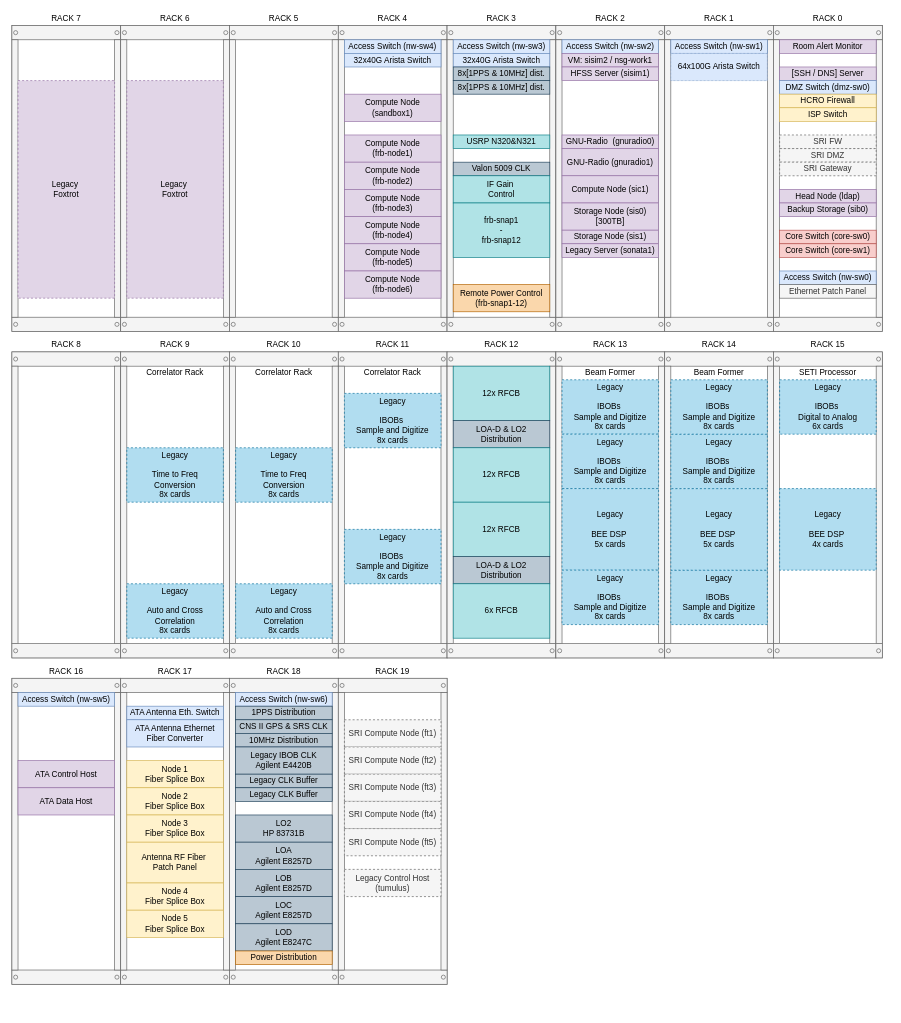
SETIatHCRO/Front-Page keeps this draw.io diagram as HCRO-Network-Infrastructure/Network-Rack-Configuration.drawio. Above is the earlier version. Source tidied: cells renumbered, new cells numbered last; positions are measured from the earlier drawing's top-left corner, leaving out a move shared by most shapes. Both pictures are drawn from the tidied source at 68%, with x=0, y=0 at pixel (12, 12).
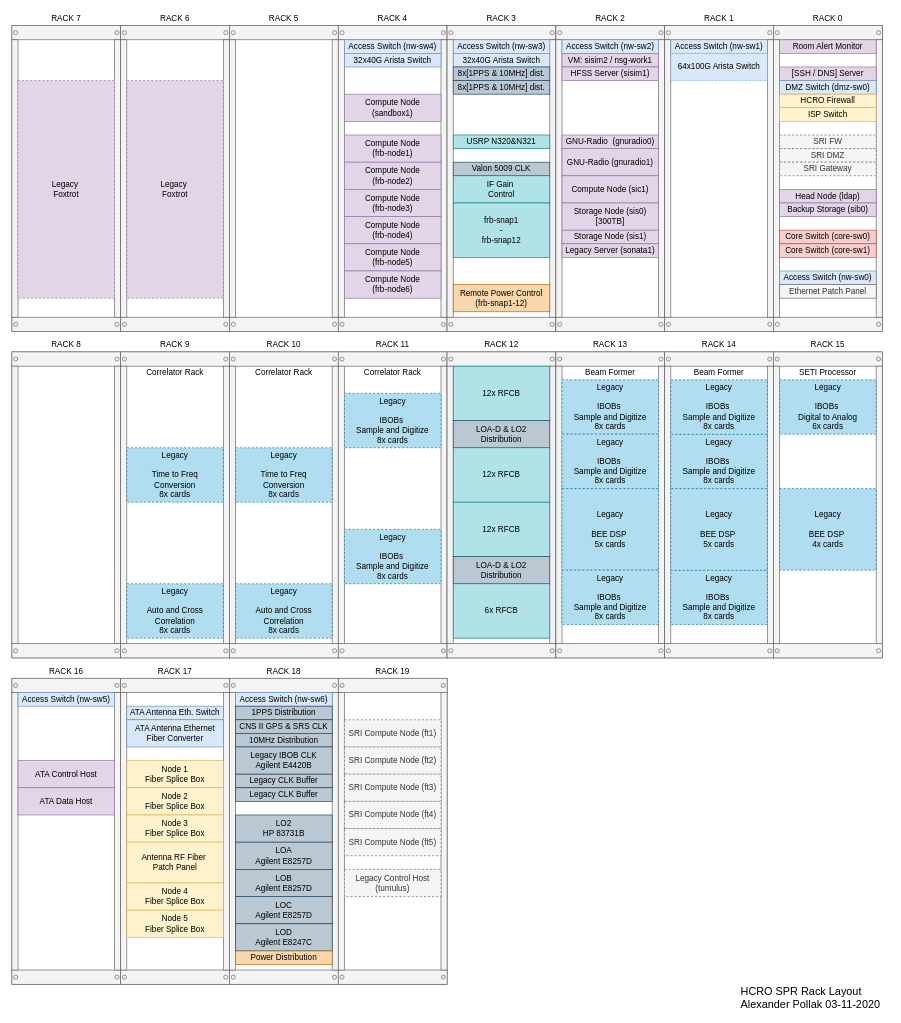
The same diagram, later.

Diff of the diagram source:
```diff
@@
+    <mxCell id="145" value="HCRO SPR Rack Layout&lt;br&gt;Alexander Pollak 03-11-2020" style="text;html=1;align=left;verticalAlign=middle;fontSize=16;" parent="1" vertex="1">
+      <mxGeometry x="1070" y="1430" width="220" height="40" as="geometry" />
+    </mxCell>
```
